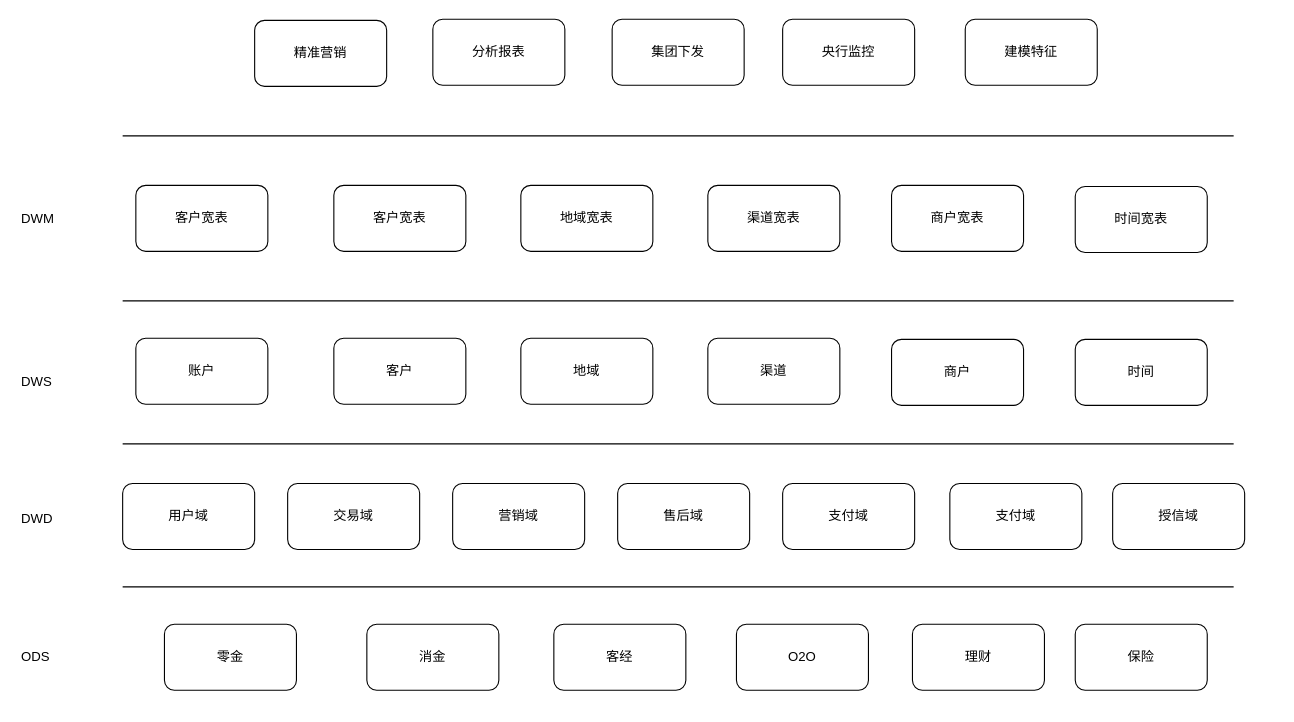
Above: 数仓架构.drawio in CarryNi/Orange (draw.io), before the change. Source tidied: cells renumbered, new cells numbered last; positions are measured from the earlier drawing's top-left corner, leaving out a move shared by most shapes. Both pictures are drawn from the tidied source at 110%, with x=0, y=0 at pixel (19, 19).
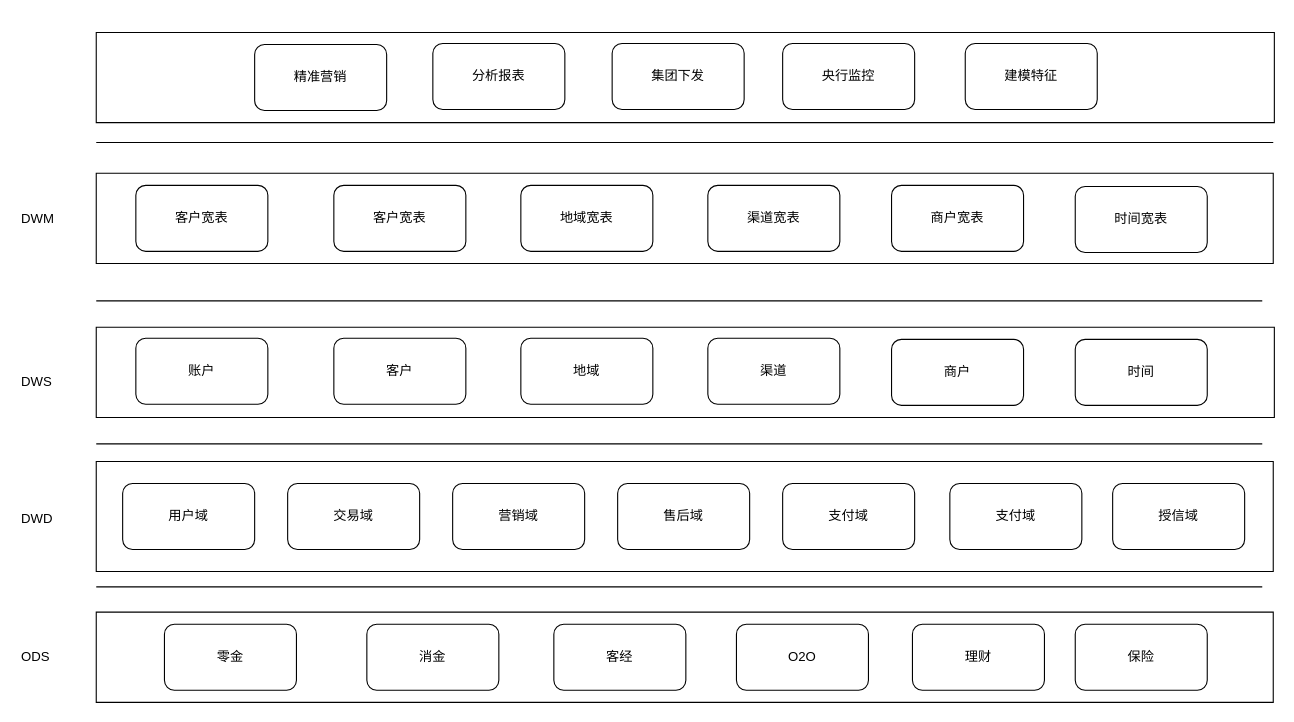
The same page after the edit.

The edit, as a diff of the source:
```diff
@@
+    <mxCell id="40" style="verticalLabelPosition=bottom;verticalAlign=top;html=1;shape=mxgraph.basic.rect;fillColor=#ffffff;fillColor2=none;strokeColor=#000000;strokeWidth=1;size=20;indent=5;" parent="1" vertex="1">
+      <mxGeometry x="70" y="12" width="1071" height="82" as="geometry" />
+    </mxCell>
+    <mxCell id="41" style="verticalLabelPosition=bottom;verticalAlign=top;html=1;shape=mxgraph.basic.rect;fillColor=#ffffff;fillColor2=none;strokeColor=#000000;strokeWidth=1;size=20;indent=5;" parent="1" vertex="1">
+      <mxGeometry x="70" y="140" width="1070" height="82" as="geometry" />
+    </mxCell>
+    <mxCell id="42" style="verticalLabelPosition=bottom;verticalAlign=top;html=1;shape=mxgraph.basic.rect;fillColor=#ffffff;fillColor2=none;strokeColor=#000000;strokeWidth=1;size=20;indent=5;" parent="1" vertex="1">
+      <mxGeometry x="70" y="280" width="1071" height="82" as="geometry" />
+    </mxCell>
+    <mxCell id="43" style="verticalLabelPosition=bottom;verticalAlign=top;html=1;shape=mxgraph.basic.rect;fillColor=#ffffff;fillColor2=none;strokeColor=#000000;strokeWidth=1;size=20;indent=5;" parent="1" vertex="1">
+      <mxGeometry x="70" y="402" width="1070" height="100" as="geometry" />
+    </mxCell>
+    <mxCell id="44" style="verticalLabelPosition=bottom;verticalAlign=top;html=1;shape=mxgraph.basic.rect;fillColor=#ffffff;fillColor2=none;strokeColor=#000000;strokeWidth=1;size=20;indent=5;" parent="1" vertex="1">
+      <mxGeometry x="70" y="539" width="1070" height="82" as="geometry" />
+    </mxCell>
@@
     <mxCell id="9" style="line;strokeWidth=1;fillColor=none;align=left;verticalAlign=middle;spacingTop=-1;spacingLeft=3;spacingRight=3;labelPosition=right;fontSize=12;" parent="1" vertex="1">
-      <mxGeometry x="94" y="382" width="1010" height="8" as="geometry" />
+      <mxGeometry x="70" y="382" width="1060" height="8" as="geometry" />
     </mxCell>
@@
     <mxCell id="16" style="line;strokeWidth=1;fillColor=none;align=left;verticalAlign=middle;spacingTop=-1;spacingLeft=3;spacingRight=3;labelPosition=right;fontSize=12;" parent="1" vertex="1">
-      <mxGeometry x="94" y="252" width="1010" height="8" as="geometry" />
+      <mxGeometry x="70" y="252" width="1060" height="8" as="geometry" />
     </mxCell>
@@
     <mxCell id="26" style="line;strokeWidth=1;fillColor=none;align=left;verticalAlign=middle;spacingTop=-1;spacingLeft=3;spacingRight=3;labelPosition=right;fontSize=12;" parent="1" vertex="1">
-      <mxGeometry x="94" y="102" width="1010" height="8" as="geometry" />
+      <mxGeometry x="70" y="108" width="1070" height="8" as="geometry" />
     </mxCell>
     <mxCell id="27" style="line;strokeWidth=1;fillColor=none;align=left;verticalAlign=middle;spacingTop=-1;spacingLeft=3;spacingRight=3;labelPosition=right;fontSize=12;" parent="1" vertex="1">
-      <mxGeometry x="94" y="512" width="1010" height="8" as="geometry" />
+      <mxGeometry x="70" y="512" width="1060" height="8" as="geometry" />
     </mxCell>
@@
     <mxCell id="35" value="精准营销" style="rounded=1;whiteSpace=wrap;html=1;" parent="1" vertex="1">
-      <mxGeometry x="214" y="1" width="120" height="60" as="geometry" />
+      <mxGeometry x="214" y="23" width="120" height="60" as="geometry" />
     </mxCell>
     <mxCell id="36" value="分析报表" style="rounded=1;whiteSpace=wrap;html=1;" parent="1" vertex="1">
-      <mxGeometry x="376" width="120" height="60" as="geometry" />
+      <mxGeometry x="376" y="22" width="120" height="60" as="geometry" />
     </mxCell>
     <mxCell id="37" value="集团下发" style="rounded=1;whiteSpace=wrap;html=1;" parent="1" vertex="1">
-      <mxGeometry x="539" width="120" height="60" as="geometry" />
+      <mxGeometry x="539" y="22" width="120" height="60" as="geometry" />
     </mxCell>
     <mxCell id="38" value="央行监控" style="rounded=1;whiteSpace=wrap;html=1;" parent="1" vertex="1">
-      <mxGeometry x="694" width="120" height="60" as="geometry" />
+      <mxGeometry x="694" y="22" width="120" height="60" as="geometry" />
     </mxCell>
     <mxCell id="39" value="建模特征" style="rounded=1;whiteSpace=wrap;html=1;" parent="1" vertex="1">
-      <mxGeometry x="860" width="120" height="60" as="geometry" />
+      <mxGeometry x="860" y="22" width="120" height="60" as="geometry" />
     </mxCell>
```
